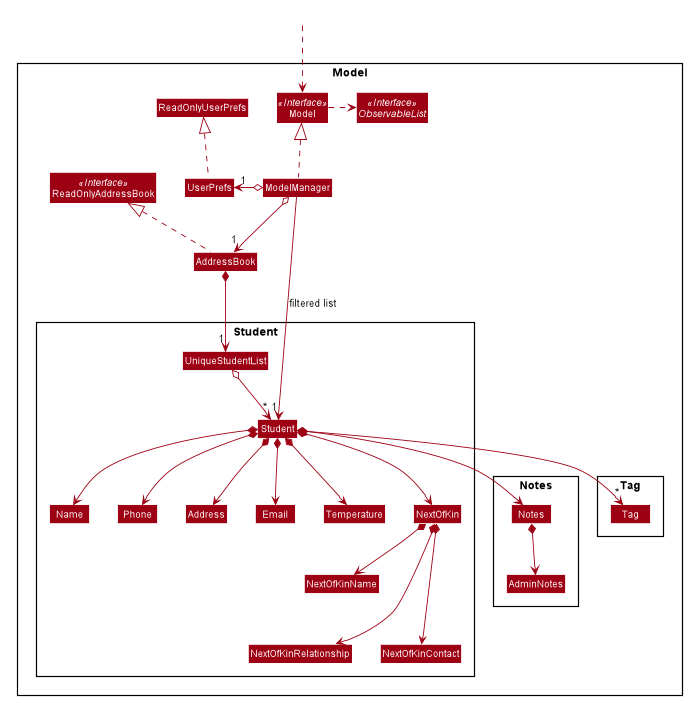
The PlantUML diagram docs/images/ModelClassDiagram.png in tingalinga/main, before a commit. The source it was exported from:
```plantuml
@startuml








skinparam BackgroundColor #FFFFFFF

skinparam Shadowing false

skinparam Class {
    FontColor #FFFFFF
    BorderThickness 1
    BorderColor #FFFFFF
    StereotypeFontColor #FFFFFF
    FontName Arial
}

skinparam Actor {
    BorderColor #000000
    Color #000000
    FontName Arial
}

skinparam Sequence {
    MessageAlign center
    BoxFontSize 15
    BoxPadding 0
    BoxFontColor #FFFFFF
    FontName Arial
}

skinparam Participant {
    FontColor #FFFFFFF
    Padding 20
}

skinparam MinClassWidth 50
skinparam ParticipantPadding 10
skinparam Shadowing false
skinparam DefaultTextAlignment center
skinparam packageStyle Rectangle

hide footbox
hide members
hide circle
skinparam arrowThickness 1.1
skinparam arrowColor #9D0012
skinparam classBackgroundColor #9D0012

Package Model <<Rectangle>>{
Interface ReadOnlyAddressBook <<Interface>>
Interface Model <<Interface>>
Interface ObservableList <<Interface>>
Class AddressBook
Class ReadOnlyAddressBook
Class Model
Class ModelManager
Class UserPrefs
Class ReadOnlyUserPrefs
Class Notes

Package Student {
Class Student
Class Address
Class Email
Class Name
Class Phone
Class UniqueStudentList
Class Temperature
Class NextOfKin
NextOfKin *--> NextOfKinName
NextOfKin *---> NextOfKinRelationship
NextOfKin *---> NextOfKinContact
}

Package Notes {
Class Notes
Class AdminNotes
Notes *--> AdminNotes
}

Package Tag {
Class Tag
}
}

Class HiddenOutside #FFFFFF
HiddenOutside ..> Model

AddressBook .up.|> ReadOnlyAddressBook

ModelManager .up.|> Model
Model .right.> ObservableList
ModelManager o--> "1" AddressBook
ModelManager o-left-> "1" UserPrefs
UserPrefs .up.|> ReadOnlyUserPrefs

AddressBook *--> "1" UniqueStudentList
UniqueStudentList o--> "*" Student
Student *--> Name
Student *--> Phone
Student *--> Email
Student *--> Address
Student *--> "*" Tag
Student *--> Temperature
Student *--> NextOfKin
Student *--> Notes



Name -[hidden]right-> Phone
Phone -[hidden]right-> Address
Address -[hidden]right-> Email

ModelManager -->"1" Student : filtered list
@enduml
```
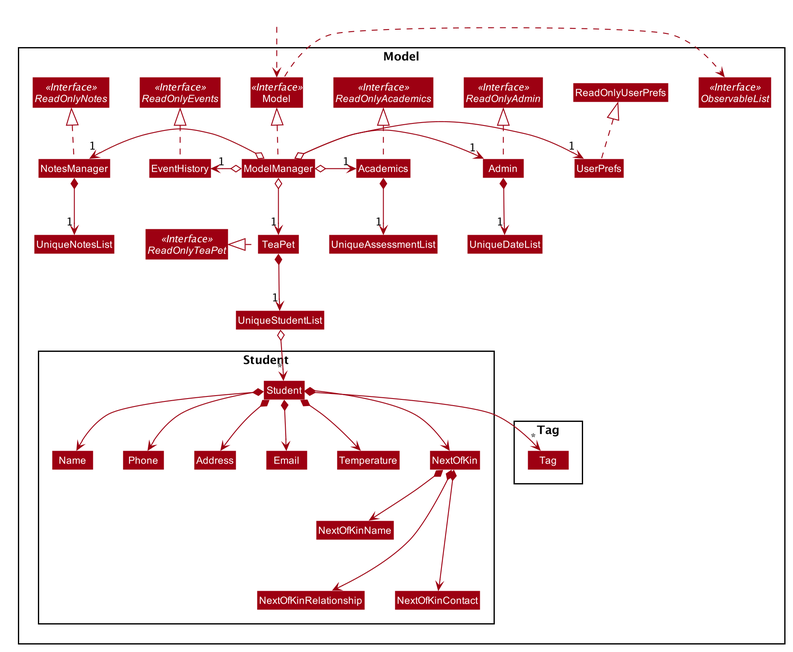
After the commit.

Commit message:
Edited DG Component Class Diagrams

Change to the diagram source:
```diff
@@ -52,16 +52,36 @@
 skinparam classBackgroundColor #9D0012
 
 Package Model <<Rectangle>>{
-Interface ReadOnlyAddressBook <<Interface>>
+Interface ReadOnlyTeaPet <<Interface>>
 Interface Model <<Interface>>
 Interface ObservableList <<Interface>>
-Class AddressBook
-Class ReadOnlyAddressBook
+Class TeaPet
 Class Model
 Class ModelManager
 Class UserPrefs
 Class ReadOnlyUserPrefs
-Class Notes
+
+Interface ReadOnlyAcademics <<Interface>>
+Interface ReadOnlyAdmin <<Interface>>
+Interface ReadOnlyNotes <<Interface>>
+Interface ReadOnlyEvents <<Interface>>
+
+Class Academics
+Class Admin
+Class NotesManager
+Class EventHistory
+Class UniqueStudentList
+Class UniqueAssessmentList
+Class UniqueDateList
+Class UniqueNotesList
+
+Academics .up.|> ReadOnlyAcademics
+Admin .up.|> ReadOnlyAdmin
+NotesManager .up.|> ReadOnlyNotes
+EventHistory .up.|> ReadOnlyEvents
+UserPrefs .up.|> ReadOnlyUserPrefs
+TeaPet .left.|> ReadOnlyTeaPet
+
 
 Package Student {
 Class Student
@@ -69,18 +89,11 @@
 Class Email
 Class Name
 Class Phone
-Class UniqueStudentList
 Class Temperature
 Class NextOfKin
 NextOfKin *--> NextOfKinName
 NextOfKin *---> NextOfKinRelationship
 NextOfKin *---> NextOfKinContact
-}
-
-Package Notes {
-Class Notes
-Class AdminNotes
-Notes *--> AdminNotes
 }
 
 Package Tag {
@@ -91,15 +104,21 @@
 Class HiddenOutside #FFFFFF
 HiddenOutside ..> Model
 
-AddressBook .up.|> ReadOnlyAddressBook
-
 ModelManager .up.|> Model
 Model .right.> ObservableList
-ModelManager o--> "1" AddressBook
-ModelManager o-left-> "1" UserPrefs
-UserPrefs .up.|> ReadOnlyUserPrefs
+ModelManager o--> "1" TeaPet
+ModelManager o-right-> "1" Academics
+ModelManager o-right-> "1" Admin
+ModelManager o-left-> "1" NotesManager
+ModelManager o-left-> "1" EventHistory
+ModelManager o-right-> "1" UserPrefs
 
-AddressBook *--> "1" UniqueStudentList
+Academics *--> "1" UniqueAssessmentList
+Admin *--> "1" UniqueDateList
+NotesManager *--> "1" UniqueNotesList
+
+TeaPet *--> "1" UniqueStudentList
+
 UniqueStudentList o--> "*" Student
 Student *--> Name
 Student *--> Phone
@@ -108,13 +127,10 @@
 Student *--> "*" Tag
 Student *--> Temperature
 Student *--> NextOfKin
-Student *--> Notes
-
 
 
 Name -[hidden]right-> Phone
 Phone -[hidden]right-> Address
 Address -[hidden]right-> Email
 
-ModelManager -->"1" Student : filtered list
 @enduml
```
